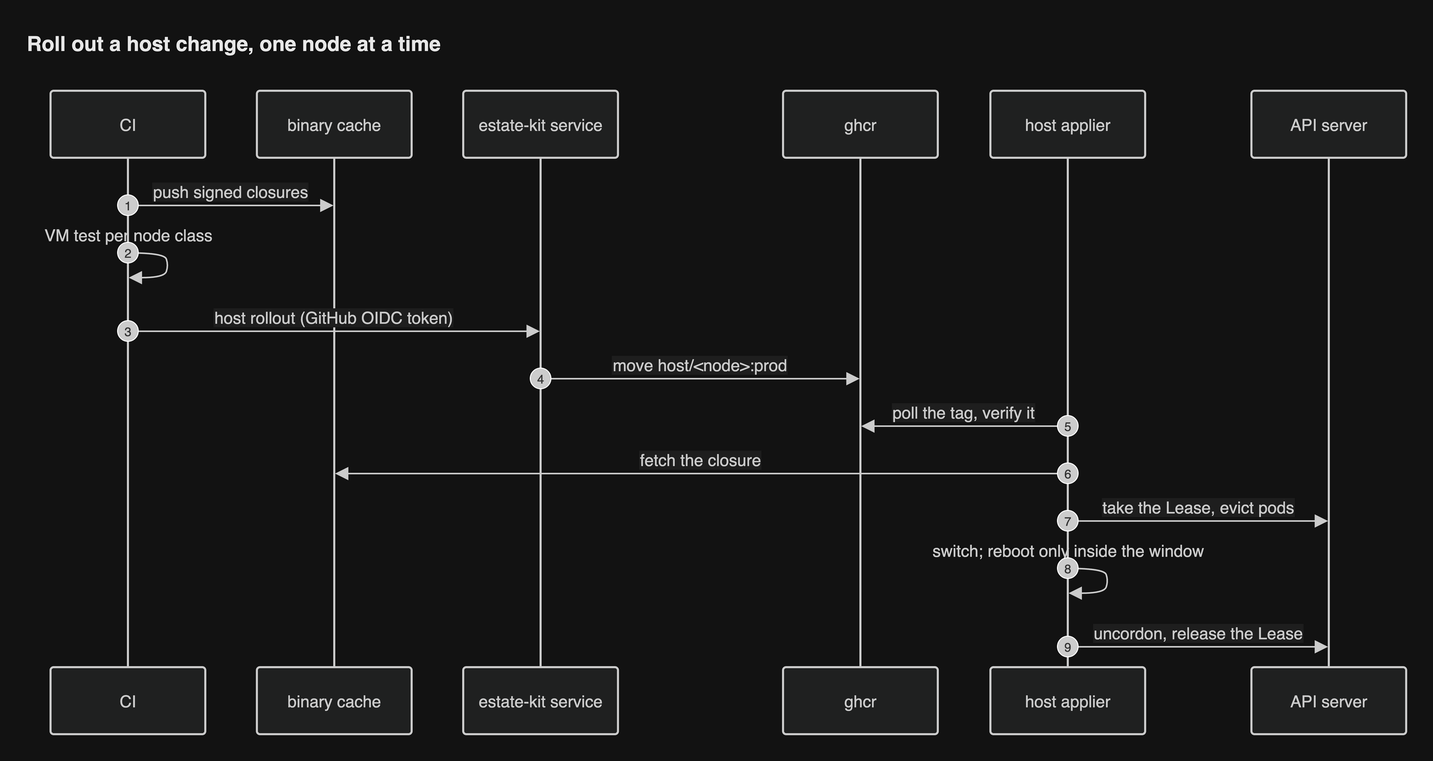
JorisJonkers-dev/estate-kit keeps this draw.io diagram as docs/diagrams/png/seq-host-rollout.png. Above is the earlier version. Source tidied: cells renumbered, new cells last; positions are measured from the earlier drawing's top-left corner, leaving out a move shared by most shapes.
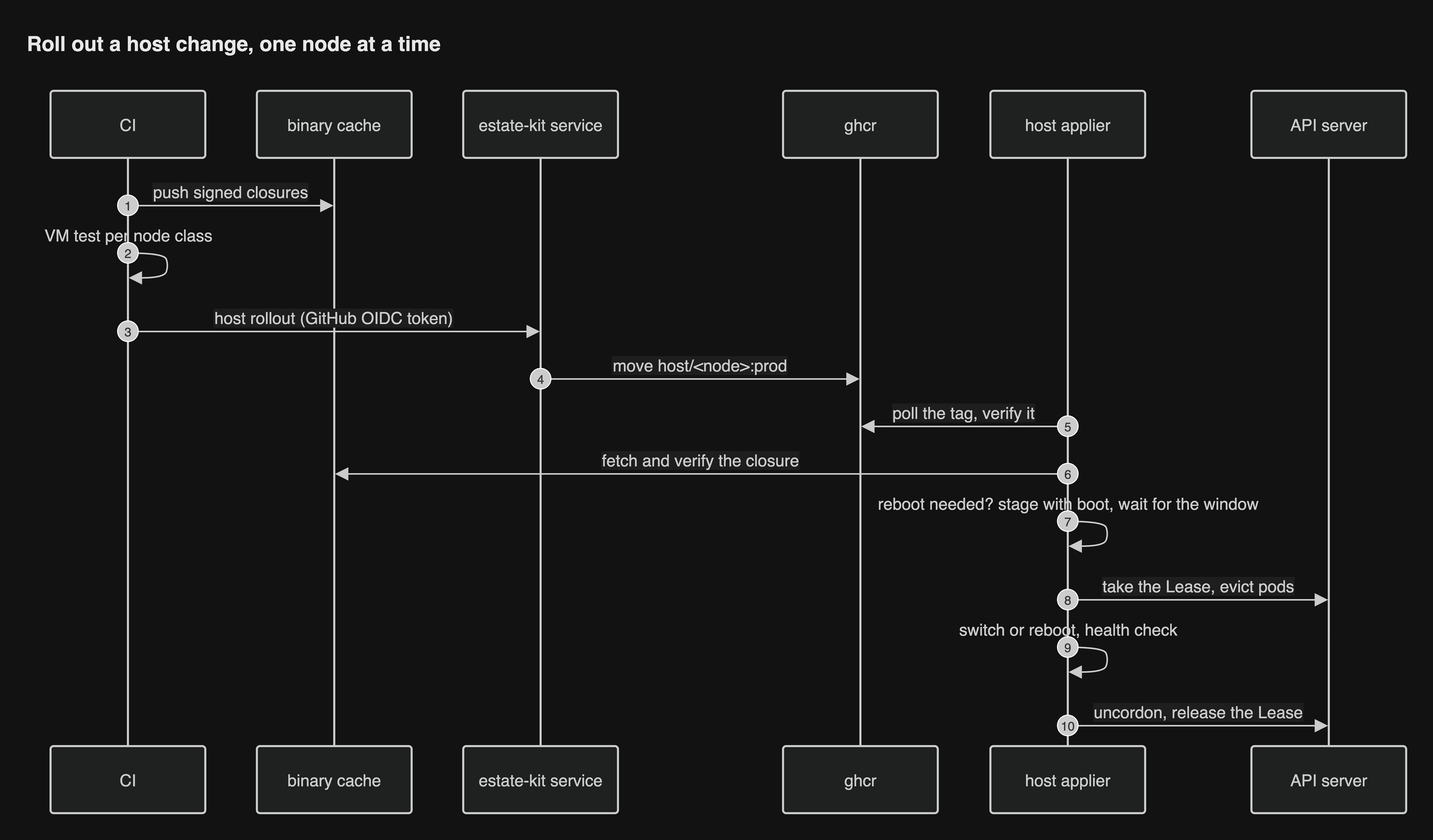
After the change.

Change to the diagram source:
```diff
@@ -3,22 +3,22 @@
     <mxCell id="0" />
     <mxCell id="1" parent="0" />
     <mxCell id="2" value="CI" style="html=1;shape=umlLifeline;perimeter=lifelinePerimeter;whiteSpace=wrap;outlineConnect=0;portConstraint=eastwest;newEdgeStyle={&quot;edgeStyle&quot;:&quot;sequenceEdgeStyle&quot;,&quot;libavoidRouting&quot;:0,&quot;curved&quot;:0,&quot;rounded&quot;:0};lifelineDashed=0;strokeWidth=2;rounded=1;absoluteArcSize=1;arcSize=6;lifelineColor=light-dark(#9370DB,#cccccc);size=65;lifelineMirror=1;fillColor=light-dark(#ECECFF,#1f2020);strokeColor=light-dark(#9370DB,#cccccc);fontColor=light-dark(#333333,#cccccc);fontSize=16;fontFamily=Helvetica;" parent="1" vertex="1">
-      <mxGeometry x="25" y="64" width="150" height="624" as="geometry" />
+      <mxGeometry x="25" y="64" width="150" height="700" as="geometry" />
     </mxCell>
     <mxCell id="3" value="binary cache" style="html=1;shape=umlLifeline;perimeter=lifelinePerimeter;whiteSpace=wrap;outlineConnect=0;portConstraint=eastwest;newEdgeStyle={&quot;edgeStyle&quot;:&quot;sequenceEdgeStyle&quot;,&quot;libavoidRouting&quot;:0,&quot;curved&quot;:0,&quot;rounded&quot;:0};lifelineDashed=0;strokeWidth=2;rounded=1;absoluteArcSize=1;arcSize=6;lifelineColor=light-dark(#9370DB,#cccccc);size=65;lifelineMirror=1;fillColor=light-dark(#ECECFF,#1f2020);strokeColor=light-dark(#9370DB,#cccccc);fontColor=light-dark(#333333,#cccccc);fontSize=16;fontFamily=Helvetica;" parent="1" vertex="1">
-      <mxGeometry x="225" y="64" width="150" height="624" as="geometry" />
+      <mxGeometry x="225" y="64" width="150" height="700" as="geometry" />
     </mxCell>
     <mxCell id="4" value="estate-kit service" style="html=1;shape=umlLifeline;perimeter=lifelinePerimeter;whiteSpace=wrap;outlineConnect=0;portConstraint=eastwest;newEdgeStyle={&quot;edgeStyle&quot;:&quot;sequenceEdgeStyle&quot;,&quot;libavoidRouting&quot;:0,&quot;curved&quot;:0,&quot;rounded&quot;:0};lifelineDashed=0;strokeWidth=2;rounded=1;absoluteArcSize=1;arcSize=6;lifelineColor=light-dark(#9370DB,#cccccc);size=65;lifelineMirror=1;fillColor=light-dark(#ECECFF,#1f2020);strokeColor=light-dark(#9370DB,#cccccc);fontColor=light-dark(#333333,#cccccc);fontSize=16;fontFamily=Helvetica;" parent="1" vertex="1">
-      <mxGeometry x="425" y="64" width="150" height="624" as="geometry" />
+      <mxGeometry x="425" y="64" width="150" height="700" as="geometry" />
     </mxCell>
     <mxCell id="5" value="ghcr" style="html=1;shape=umlLifeline;perimeter=lifelinePerimeter;whiteSpace=wrap;outlineConnect=0;portConstraint=eastwest;newEdgeStyle={&quot;edgeStyle&quot;:&quot;sequenceEdgeStyle&quot;,&quot;libavoidRouting&quot;:0,&quot;curved&quot;:0,&quot;rounded&quot;:0};lifelineDashed=0;strokeWidth=2;rounded=1;absoluteArcSize=1;arcSize=6;lifelineColor=light-dark(#9370DB,#cccccc);size=65;lifelineMirror=1;fillColor=light-dark(#ECECFF,#1f2020);strokeColor=light-dark(#9370DB,#cccccc);fontColor=light-dark(#333333,#cccccc);fontSize=16;fontFamily=Helvetica;" parent="1" vertex="1">
-      <mxGeometry x="735" y="64" width="150" height="624" as="geometry" />
+      <mxGeometry x="735" y="64" width="150" height="700" as="geometry" />
     </mxCell>
     <mxCell id="6" value="host applier" style="html=1;shape=umlLifeline;perimeter=lifelinePerimeter;whiteSpace=wrap;outlineConnect=0;portConstraint=eastwest;newEdgeStyle={&quot;edgeStyle&quot;:&quot;sequenceEdgeStyle&quot;,&quot;libavoidRouting&quot;:0,&quot;curved&quot;:0,&quot;rounded&quot;:0};lifelineDashed=0;strokeWidth=2;rounded=1;absoluteArcSize=1;arcSize=6;lifelineColor=light-dark(#9370DB,#cccccc);size=65;lifelineMirror=1;fillColor=light-dark(#ECECFF,#1f2020);strokeColor=light-dark(#9370DB,#cccccc);fontColor=light-dark(#333333,#cccccc);fontSize=16;fontFamily=Helvetica;" parent="1" vertex="1">
-      <mxGeometry x="936" y="64" width="150" height="624" as="geometry" />
+      <mxGeometry x="936" y="64" width="150" height="700" as="geometry" />
     </mxCell>
     <mxCell id="7" value="API server" style="html=1;shape=umlLifeline;perimeter=lifelinePerimeter;whiteSpace=wrap;outlineConnect=0;portConstraint=eastwest;newEdgeStyle={&quot;edgeStyle&quot;:&quot;sequenceEdgeStyle&quot;,&quot;libavoidRouting&quot;:0,&quot;curved&quot;:0,&quot;rounded&quot;:0};lifelineDashed=0;strokeWidth=2;rounded=1;absoluteArcSize=1;arcSize=6;lifelineColor=light-dark(#9370DB,#cccccc);size=65;lifelineMirror=1;fillColor=light-dark(#ECECFF,#1f2020);strokeColor=light-dark(#9370DB,#cccccc);fontColor=light-dark(#333333,#cccccc);fontSize=16;fontFamily=Helvetica;" parent="1" vertex="1">
-      <mxGeometry x="1189" y="64" width="150" height="624" as="geometry" />
+      <mxGeometry x="1189" y="64" width="150" height="700" as="geometry" />
     </mxCell>
     <mxCell id="8" value="push signed closures" style="endArrow=block;endSize=9;verticalAlign=bottom;spacingBottom=2;edgeStyle=sequenceEdgeStyle;libavoidRouting=0;curved=0;rounded=0;fontSize=16;strokeWidth=1.5;strokeColor=light-dark(#333333,#cccccc);fontColor=light-dark(#333333,#cccccc);fontFamily=Helvetica;labelBackgroundColor=light-dark(#ffffff,#1e1e1e);" parent="1" edge="1" source="2" target="3">
       <mxGeometry relative="1" as="geometry">
@@ -75,7 +75,7 @@
     <mxCell id="18" value="5" style="ellipse;fillColor=light-dark(#333333,#cccccc);align=center;verticalAlign=middle;fontColor=light-dark(#FFFFFF,#333333);fontSize=12;fontFamily=Helvetica;" parent="1" vertex="1">
       <mxGeometry x="1001" y="379" width="20" height="20" as="geometry" />
     </mxCell>
-    <mxCell id="19" value="fetch the closure" style="endArrow=block;endSize=9;verticalAlign=bottom;spacingBottom=2;edgeStyle=sequenceEdgeStyle;libavoidRouting=0;curved=0;rounded=0;fontSize=16;strokeWidth=1.5;strokeColor=light-dark(#333333,#cccccc);fontColor=light-dark(#333333,#cccccc);fontFamily=Helvetica;labelBackgroundColor=light-dark(#ffffff,#1e1e1e);" parent="1" edge="1" source="6" target="3">
+    <mxCell id="19" value="fetch and verify the closure" style="endArrow=block;endSize=9;verticalAlign=bottom;spacingBottom=2;edgeStyle=sequenceEdgeStyle;libavoidRouting=0;curved=0;rounded=0;fontSize=16;strokeWidth=1.5;strokeColor=light-dark(#333333,#cccccc);fontColor=light-dark(#333333,#cccccc);fontFamily=Helvetica;labelBackgroundColor=light-dark(#ffffff,#1e1e1e);" parent="1" edge="1" source="6" target="3">
       <mxGeometry relative="1" as="geometry">
         <Array as="points">
           <mxPoint x="656" y="435" />
@@ -85,41 +85,56 @@
     <mxCell id="20" value="6" style="ellipse;fillColor=light-dark(#333333,#cccccc);align=center;verticalAlign=middle;fontColor=light-dark(#FFFFFF,#333333);fontSize=12;fontFamily=Helvetica;" parent="1" vertex="1">
       <mxGeometry x="1001" y="425" width="20" height="20" as="geometry" />
     </mxCell>
-    <mxCell id="21" value="take the Lease, evict pods" style="endArrow=block;endSize=9;verticalAlign=bottom;spacingBottom=2;edgeStyle=sequenceEdgeStyle;libavoidRouting=0;curved=0;rounded=0;fontSize=16;strokeWidth=1.5;strokeColor=light-dark(#333333,#cccccc);fontColor=light-dark(#333333,#cccccc);fontFamily=Helvetica;labelBackgroundColor=light-dark(#ffffff,#1e1e1e);" parent="1" edge="1" source="6" target="7">
+    <mxCell id="21" style="edgeStyle=sequenceEdgeStyle;libavoidRouting=0;curved=1;endArrow=block;endSize=9;verticalAlign=bottom;align=center;fontSize=16;strokeWidth=1.5;strokeColor=light-dark(#333333,#cccccc);fontColor=light-dark(#333333,#cccccc);fontFamily=Helvetica;labelBackgroundColor=light-dark(#ffffff,#1e1e1e);" parent="1" edge="1" source="6" target="6">
       <mxGeometry relative="1" as="geometry">
         <Array as="points">
-          <mxPoint x="1138" y="481" />
+          <mxPoint x="1046" y="481" />
+          <mxPoint x="1050" y="493" />
+          <mxPoint x="1046" y="505" />
         </Array>
       </mxGeometry>
     </mxCell>
-    <mxCell id="22" value="7" style="ellipse;fillColor=light-dark(#333333,#cccccc);align=center;verticalAlign=middle;fontColor=light-dark(#FFFFFF,#333333);fontSize=12;fontFamily=Helvetica;" parent="1" vertex="1">
-      <mxGeometry x="1001" y="471" width="20" height="20" as="geometry" />
+    <mxCell id="22" value="reboot needed? stage with boot, wait for the window" style="text;html=1;strokeColor=none;fillColor=none;align=center;verticalAlign=middle;fontSize=16;fontColor=light-dark(#333333,#cccccc);fontFamily=Helvetica;" parent="1" vertex="1">
+      <mxGeometry x="911" y="455" width="200" height="18" as="geometry" />
     </mxCell>
-    <mxCell id="23" style="edgeStyle=sequenceEdgeStyle;libavoidRouting=0;curved=1;endArrow=block;endSize=9;verticalAlign=bottom;align=center;fontSize=16;strokeWidth=1.5;strokeColor=light-dark(#333333,#cccccc);fontColor=light-dark(#333333,#cccccc);fontFamily=Helvetica;labelBackgroundColor=light-dark(#ffffff,#1e1e1e);" parent="1" edge="1" source="6" target="6">
-      <mxGeometry relative="1" as="geometry">
-        <Array as="points">
-          <mxPoint x="1046" y="527" />
-          <mxPoint x="1050" y="539" />
-          <mxPoint x="1046" y="551" />
-        </Array>
-      </mxGeometry>
+    <mxCell id="23" value="7" style="ellipse;fillColor=light-dark(#333333,#cccccc);align=center;verticalAlign=middle;fontColor=light-dark(#FFFFFF,#333333);fontSize=12;fontFamily=Helvetica;" parent="1" vertex="1">
+      <mxGeometry x="1001" y="471" width="20" height="20" as="geometry" />
     </mxCell>
-    <mxCell id="24" value="switch; reboot only inside the window" style="text;html=1;strokeColor=none;fillColor=none;align=center;verticalAlign=middle;fontSize=16;fontColor=light-dark(#333333,#cccccc);fontFamily=Helvetica;" parent="1" vertex="1">
-      <mxGeometry x="911" y="501" width="200" height="18" as="geometry" />
+    <mxCell id="24" value="take the Lease, evict pods" style="endArrow=block;endSize=9;verticalAlign=bottom;spacingBottom=2;edgeStyle=sequenceEdgeStyle;libavoidRouting=0;curved=0;rounded=0;fontSize=16;strokeWidth=1.5;strokeColor=light-dark(#333333,#cccccc);fontColor=light-dark(#333333,#cccccc);fontFamily=Helvetica;labelBackgroundColor=light-dark(#ffffff,#1e1e1e);" parent="1" edge="1" source="6" target="7">
+      <mxGeometry relative="1" as="geometry">
+        <Array as="points">
+          <mxPoint x="1138" y="557" />
+        </Array>
+      </mxGeometry>
     </mxCell>
     <mxCell id="25" value="8" style="ellipse;fillColor=light-dark(#333333,#cccccc);align=center;verticalAlign=middle;fontColor=light-dark(#FFFFFF,#333333);fontSize=12;fontFamily=Helvetica;" parent="1" vertex="1">
-      <mxGeometry x="1001" y="517" width="20" height="20" as="geometry" />
+      <mxGeometry x="1001" y="547" width="20" height="20" as="geometry" />
     </mxCell>
-    <mxCell id="26" value="uncordon, release the Lease" style="endArrow=block;endSize=9;verticalAlign=bottom;spacingBottom=2;edgeStyle=sequenceEdgeStyle;libavoidRouting=0;curved=0;rounded=0;fontSize=16;strokeWidth=1.5;strokeColor=light-dark(#333333,#cccccc);fontColor=light-dark(#333333,#cccccc);fontFamily=Helvetica;labelBackgroundColor=light-dark(#ffffff,#1e1e1e);" parent="1" edge="1" source="6" target="7">
+    <mxCell id="26" style="edgeStyle=sequenceEdgeStyle;libavoidRouting=0;curved=1;endArrow=block;endSize=9;verticalAlign=bottom;align=center;fontSize=16;strokeWidth=1.5;strokeColor=light-dark(#333333,#cccccc);fontColor=light-dark(#333333,#cccccc);fontFamily=Helvetica;labelBackgroundColor=light-dark(#ffffff,#1e1e1e);" parent="1" edge="1" source="6" target="6">
       <mxGeometry relative="1" as="geometry">
         <Array as="points">
-          <mxPoint x="1138" y="603" />
+          <mxPoint x="1046" y="603" />
+          <mxPoint x="1050" y="615" />
+          <mxPoint x="1046" y="627" />
         </Array>
       </mxGeometry>
     </mxCell>
-    <mxCell id="27" value="9" style="ellipse;fillColor=light-dark(#333333,#cccccc);align=center;verticalAlign=middle;fontColor=light-dark(#FFFFFF,#333333);fontSize=12;fontFamily=Helvetica;" parent="1" vertex="1">
-      <mxGeometry x="1001" y="593" width="20" height="20" as="geometry" />
+    <mxCell id="27" value="switch or reboot, health check" style="text;html=1;strokeColor=none;fillColor=none;align=center;verticalAlign=middle;fontSize=16;fontColor=light-dark(#333333,#cccccc);fontFamily=Helvetica;" parent="1" vertex="1">
+      <mxGeometry x="911" y="577" width="200" height="18" as="geometry" />
     </mxCell>
+    <mxCell id="29" value="9" style="ellipse;fillColor=light-dark(#333333,#cccccc);align=center;verticalAlign=middle;fontColor=light-dark(#FFFFFF,#333333);fontSize=12;fontFamily=Helvetica;" parent="1" vertex="1">
+      <mxGeometry x="1001" y="593" width="20" height="20" as="geometry" />
+    </mxCell>
+    <mxCell id="30" value="uncordon, release the Lease" style="endArrow=block;endSize=9;verticalAlign=bottom;spacingBottom=2;edgeStyle=sequenceEdgeStyle;libavoidRouting=0;curved=0;rounded=0;fontSize=16;strokeWidth=1.5;strokeColor=light-dark(#333333,#cccccc);fontColor=light-dark(#333333,#cccccc);fontFamily=Helvetica;labelBackgroundColor=light-dark(#ffffff,#1e1e1e);" parent="1" edge="1" source="6" target="7">
+      <mxGeometry relative="1" as="geometry">
+        <Array as="points">
+          <mxPoint x="1138" y="679" />
+        </Array>
+      </mxGeometry>
+    </mxCell>
+    <mxCell id="31" value="10" style="ellipse;fillColor=light-dark(#333333,#cccccc);align=center;verticalAlign=middle;fontColor=light-dark(#FFFFFF,#333333);fontSize=12;fontFamily=Helvetica;" parent="1" vertex="1">
+      <mxGeometry x="1001" y="669" width="20" height="20" as="geometry" />
+    </mxCell>
     <mxCell id="28" value="Roll out a host change, one node at a time" style="text;html=1;whiteSpace=wrap;align=left;verticalAlign=middle;fontSize=20;fontStyle=1;fontColor=light-dark(#1a1a1a,#e8e8e8);fontFamily=Helvetica;" parent="1" vertex="1">
       <mxGeometry width="1339" height="36" as="geometry" />
     </mxCell>
```
